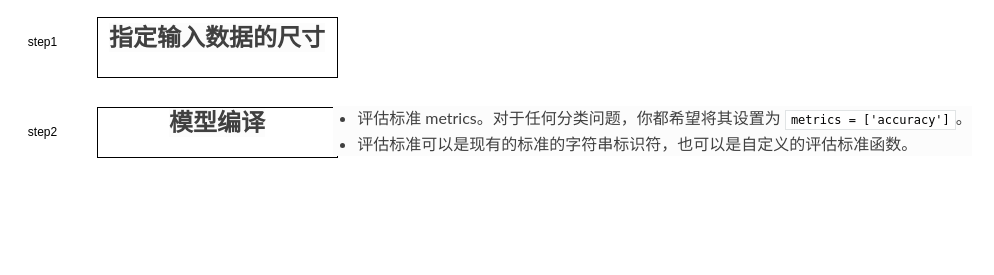
This is 未命名绘图.drawio from ZHH4314/learingnote, a draw.io file, before an edit. Source tidied: cells renumbered, new cells numbered last; positions are measured from the earlier drawing's top-left corner, leaving out a move shared by most shapes. Both pictures are drawn from the tidied source at 100%, with x=0, y=0 at pixel (17, 17).
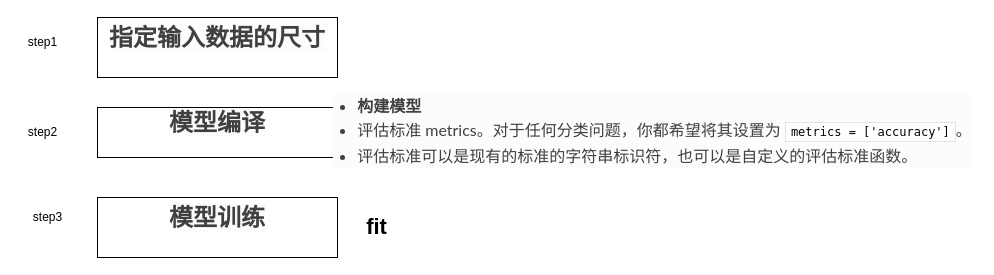
The same diagram, later.

Commit message (it also covers changes not shown here):
更新未命名绘图.drawio

Change to the diagram source:
```diff
@@
 <mxGraphModel>
   <root>
     <mxCell id="0" />
     <mxCell id="1" parent="0" />
     <mxCell id="2" value="&lt;h2 style=&quot;box-sizing: border-box; margin-top: 0px; font-family: &amp;quot;Source Sans Pro&amp;quot;, ff-tisa-web-pro, Georgia, Arial, sans-serif; font-size: 24px; color: rgb(64, 64, 64); text-align: start; background-color: rgb(252, 252, 252);&quot; id=&quot;_1&quot;&gt;指定输入数据的尺寸&lt;/h2&gt;" style="rounded=0;whiteSpace=wrap;html=1;" parent="1" vertex="1">
       <mxGeometry x="80" width="240" height="60" as="geometry" />
     </mxCell>
     <mxCell id="3" value="step1" style="text;html=1;align=center;verticalAlign=middle;strokeColor=none;fillColor=none;" parent="1" vertex="1">
       <mxGeometry y="10" width="50" height="30" as="geometry" />
     </mxCell>
     <mxCell id="4" value="step2" style="text;html=1;align=center;verticalAlign=middle;strokeColor=none;fillColor=none;" parent="1" vertex="1">
       <mxGeometry y="100" width="50" height="30" as="geometry" />
     </mxCell>
     <mxCell id="5" value="&lt;h2 style=&quot;box-sizing: border-box; margin-top: 0px; font-family: &amp;quot;Source Sans Pro&amp;quot;, ff-tisa-web-pro, Georgia, Arial, sans-serif; font-size: 24px; color: rgb(64, 64, 64); text-align: start; background-color: rgb(252, 252, 252);&quot; id=&quot;_2&quot;&gt;模型编译&lt;/h2&gt;" style="rounded=0;whiteSpace=wrap;html=1;" parent="1" vertex="1">
       <mxGeometry x="80" y="90" width="240" height="50" as="geometry" />
     </mxCell>
-    <mxCell id="6" value="&lt;ul style=&quot;box-sizing: border-box; margin: 0px 0px 24px; padding: 0px; list-style-position: initial; list-style-image: initial; line-height: 24px; color: rgb(64, 64, 64); font-family: Lato, proxima-nova, &amp;quot;Helvetica Neue&amp;quot;, Arial, sans-serif; font-size: 16px; text-align: start; background-color: rgb(252, 252, 252);&quot;&gt;&lt;li style=&quot;box-sizing: border-box; list-style: disc; margin-left: 24px;&quot;&gt;评估标准 metrics。对于任何分类问题，你都希望将其设置为&amp;nbsp;&lt;code style=&quot;box-sizing: border-box; font-family: SFMono-Regular, Menlo, Monaco, Consolas, &amp;quot;Liberation Mono&amp;quot;, &amp;quot;Courier New&amp;quot;, Courier, monospace; font-size: 12px; max-width: 100%; background: rgb(255, 255, 255); border: 1px solid rgb(225, 228, 229); padding: 2px 5px; color: rgb(0, 0, 0); overflow-x: auto; overflow-wrap: break-word;&quot;&gt;metrics = ['accuracy']&lt;/code&gt;。&lt;/li&gt;&lt;li style=&quot;box-sizing: border-box; list-style: disc; margin-left: 24px;&quot;&gt;评估标准可以是现有的标准的字符串标识符，也可以是自定义的评估标准函数。&lt;/li&gt;&lt;/ul&gt;" style="text;html=1;align=center;verticalAlign=middle;strokeColor=none;fillColor=none;" parent="1" vertex="1">
-      <mxGeometry x="310" y="80" width="650" height="90" as="geometry" />
+    <mxCell id="6" value="&lt;ul style=&quot;box-sizing: border-box; margin: 0px 0px 24px; padding: 0px; list-style-position: initial; list-style-image: initial; line-height: 24px; color: rgb(64, 64, 64); font-family: Lato, proxima-nova, &amp;quot;Helvetica Neue&amp;quot;, Arial, sans-serif; font-size: 16px; text-align: start; background-color: rgb(252, 252, 252);&quot;&gt;&lt;li style=&quot;box-sizing: border-box; list-style: disc; margin-left: 24px;&quot;&gt;&lt;b&gt;构建模型&lt;/b&gt;&lt;/li&gt;&lt;li style=&quot;box-sizing: border-box; list-style: disc; margin-left: 24px;&quot;&gt;评估标准 metrics。对于任何分类问题，你都希望将其设置为&amp;nbsp;&lt;code style=&quot;box-sizing: border-box; font-family: SFMono-Regular, Menlo, Monaco, Consolas, &amp;quot;Liberation Mono&amp;quot;, &amp;quot;Courier New&amp;quot;, Courier, monospace; font-size: 12px; max-width: 100%; background: rgb(255, 255, 255); border: 1px solid rgb(225, 228, 229); padding: 2px 5px; color: rgb(0, 0, 0); overflow-x: auto; overflow-wrap: break-word;&quot;&gt;metrics = ['accuracy']&lt;/code&gt;。&lt;/li&gt;&lt;li style=&quot;box-sizing: border-box; list-style: disc; margin-left: 24px;&quot;&gt;评估标准可以是现有的标准的字符串标识符，也可以是自定义的评估标准函数。&lt;/li&gt;&lt;/ul&gt;" style="text;html=1;align=center;verticalAlign=middle;strokeColor=none;fillColor=none;" parent="1" vertex="1">
+      <mxGeometry x="310" y="70" width="650" height="110" as="geometry" />
     </mxCell>
+    <mxCell id="7" value="&lt;h2 style=&quot;box-sizing: border-box; margin-top: 0px; font-family: &amp;quot;Source Sans Pro&amp;quot;, ff-tisa-web-pro, Georgia, Arial, sans-serif; font-size: 24px; color: rgb(64, 64, 64); text-align: start; background-color: rgb(252, 252, 252);&quot; id=&quot;_3&quot;&gt;模型训练&lt;/h2&gt;" style="rounded=0;whiteSpace=wrap;html=1;" parent="1" vertex="1">
+      <mxGeometry x="80" y="180" width="240" height="60" as="geometry" />
+    </mxCell>
+    <mxCell id="8" value="step3" style="text;html=1;align=center;verticalAlign=middle;strokeColor=none;fillColor=none;" parent="1" vertex="1">
+      <mxGeometry x="5" y="185" width="50" height="30" as="geometry" />
+    </mxCell>
+    <mxCell id="9" value="&lt;b&gt;&lt;font style=&quot;font-size: 22px;&quot;&gt;fit&lt;/font&gt;&lt;/b&gt;" style="text;html=1;align=center;verticalAlign=middle;strokeColor=none;fillColor=none;" parent="1" vertex="1">
+      <mxGeometry x="338.5" y="190" width="40" height="40" as="geometry" />
+    </mxCell>
   </root>
 </mxGraphModel>
```
